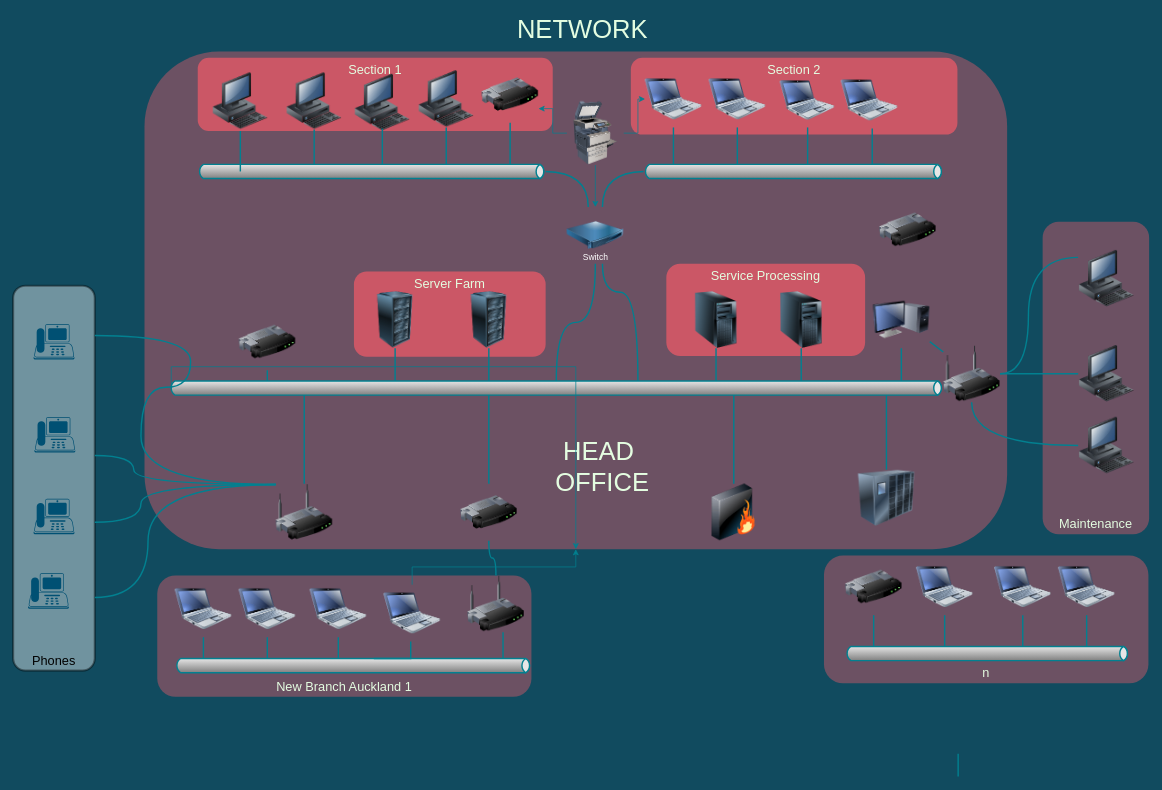
Kpitooo/whitecliffe keeps this draw.io diagram as Untitled Diagram.drawio. Above is the earlier version. Source tidied: cells renumbered, new cells numbered last; positions are measured from the earlier drawing's top-left corner, leaving out a move shared by most shapes. Both pictures are drawn from the tidied source at 71%, with x=0, y=0 at pixel (13, 12).
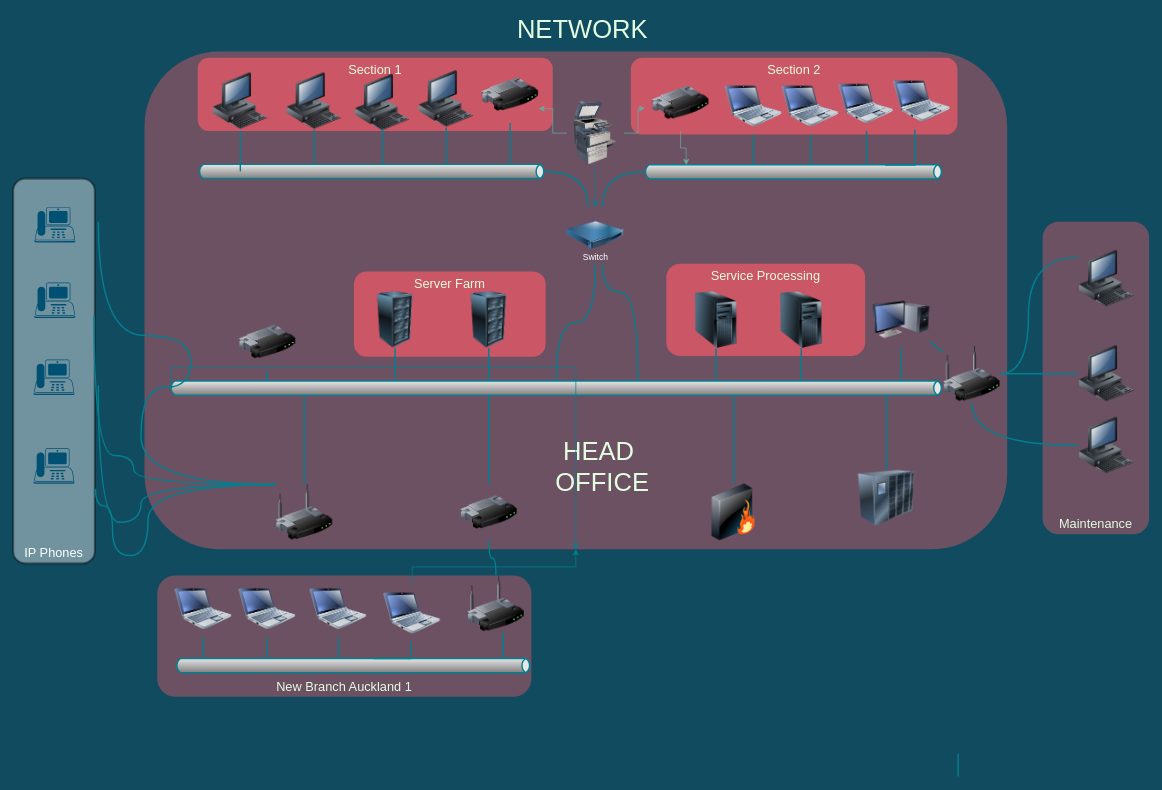
The same page after the edit.

Unchanged cells that the change refers to:
```xml
<mxCell id="27" style="image;html=1;image=img/lib/clip_art/networking/Wireless_Router_128x128.png;shadow=0;strokeColor=#028090;fillColor=#F45B69;fontSize=18;fontColor=#E4FDE1;fontStyle=0;labelBackgroundColor=#114B5F;" parent="1" vertex="1">
  <mxGeometry x="370" y="664" width="80" height="80" as="geometry" />
</mxCell>
<mxCell id="99" style="image;html=1;image=img/lib/clip_art/computers/Printer_Commercial_128x128.png;labelBackgroundColor=#114B5F;fillColor=#F45B69;strokeColor=#028090;fontColor=#E4FDE1;" parent="1" vertex="1">
  <mxGeometry x="780" y="125" width="80" height="90" as="geometry" />
</mxCell>
```

Change to the diagram source:
```diff
@@
-    <mxCell id="8" value="n" style="rounded=1;whiteSpace=wrap;html=1;shadow=0;strokeColor=none;fillColor=#F45B69;fontSize=18;fontColor=#E4FDE1;verticalAlign=bottom;fontStyle=0;opacity=40;strokeWidth=3;" parent="1" vertex="1">
-      <mxGeometry x="1142" y="765" width="457" height="180" as="geometry" />
-    </mxCell>
@@
-    <mxCell id="10" value="Phones" style="rounded=1;whiteSpace=wrap;html=1;shadow=0;fontSize=18;verticalAlign=bottom;fontStyle=0;opacity=40;strokeWidth=3;" parent="1" vertex="1">
-      <mxGeometry y="385" width="115" height="542" as="geometry" />
+    <mxCell id="10" value="&lt;font color=&quot;#ffffff&quot;&gt;IP Phones&lt;/font&gt;" style="rounded=1;whiteSpace=wrap;html=1;shadow=0;fontSize=18;verticalAlign=bottom;fontStyle=0;opacity=40;strokeWidth=3;" parent="1" vertex="1">
+      <mxGeometry y="234" width="115" height="542" as="geometry" />
     </mxCell>
@@
     <mxCell id="13" style="image;html=1;image=img/lib/clip_art/computers/Netbook_128x128.png;shadow=0;strokeColor=#028090;fillColor=#F45B69;fontSize=18;fontColor=#E4FDE1;fontStyle=0;labelBackgroundColor=#114B5F;" parent="1" vertex="1">
-      <mxGeometry x="890" y="82" width="80" height="80" as="geometry" />
+      <mxGeometry x="1003" y="92" width="80" height="80" as="geometry" />
     </mxCell>
     <mxCell id="14" style="image;html=1;image=img/lib/clip_art/computers/Netbook_128x128.png;shadow=0;strokeColor=#028090;fillColor=#F45B69;fontSize=18;fontColor=#E4FDE1;fontStyle=0;labelBackgroundColor=#114B5F;" parent="1" vertex="1">
-      <mxGeometry x="980" y="82" width="80" height="80" as="geometry" />
+      <mxGeometry x="1083" y="92" width="80" height="80" as="geometry" />
     </mxCell>
     <mxCell id="15" style="image;html=1;image=img/lib/clip_art/computers/Netbook_128x128.png;shadow=0;strokeColor=#028090;fillColor=#F45B69;fontSize=18;fontColor=#E4FDE1;fontStyle=0;labelBackgroundColor=#114B5F;" parent="1" vertex="1">
-      <mxGeometry x="1080" y="85" width="77" height="77" as="geometry" />
+      <mxGeometry x="1163" y="90" width="77" height="77" as="geometry" />
     </mxCell>
     <mxCell id="16" style="image;html=1;image=img/lib/clip_art/computers/Netbook_128x128.png;shadow=0;strokeColor=#028090;fillColor=#F45B69;fontSize=18;fontColor=#E4FDE1;fontStyle=0;labelBackgroundColor=#114B5F;" parent="1" vertex="1">
-      <mxGeometry x="1166" y="83.5" width="80" height="80" as="geometry" />
+      <mxGeometry x="1240" y="85" width="80" height="80" as="geometry" />
     </mxCell>
@@
     <mxCell id="21" style="strokeWidth=2;strokeColor=#028090;dashed=0;align=center;html=1;fontSize=8;shape=mxgraph.eip.messageChannel;shadow=0;fillColor=#F45B69;fontColor=#E4FDE1;fontStyle=0;" parent="1" vertex="1">
-      <mxGeometry x="888" y="214" width="422" height="20" as="geometry" />
+      <mxGeometry x="888" y="215" width="422" height="19" as="geometry" />
     </mxCell>
@@
-    <mxCell id="23" style="image;html=1;image=img/lib/clip_art/networking/Router_128x128.png;shadow=0;strokeColor=#028090;fillColor=#F45B69;fontSize=18;fontColor=#E4FDE1;fontStyle=0;labelBackgroundColor=#114B5F;" parent="1" vertex="1">
+    <mxCell id="23" value="&lt;br&gt;" style="image;html=1;image=img/lib/clip_art/networking/Router_128x128.png;shadow=0;strokeColor=#028090;fillColor=#F45B69;fontSize=18;fontColor=#E4FDE1;fontStyle=0;labelBackgroundColor=#114B5F;" parent="1" vertex="1">
       <mxGeometry x="660" y="75.5" width="80" height="80" as="geometry" />
     </mxCell>
+    <mxCell id="108" style="edgeStyle=orthogonalEdgeStyle;rounded=0;jettySize=auto;html=1;fontColor=#FFFFFF;entryX=0;entryY=0;entryDx=60;entryDy=0;entryPerimeter=0;strokeColor=#67AB9F;" parent="1" edge="1" source="24" target="21">
+      <mxGeometry relative="1" as="geometry" />
+    </mxCell>
     <mxCell id="24" style="image;html=1;image=img/lib/clip_art/networking/Router_128x128.png;shadow=0;strokeColor=#028090;fillColor=#F45B69;fontSize=18;fontColor=#E4FDE1;fontStyle=0;labelBackgroundColor=#114B5F;" parent="1" vertex="1">
-      <mxGeometry x="1220" y="266" width="80" height="80" as="geometry" />
+      <mxGeometry x="900" y="87" width="80" height="80" as="geometry" />
     </mxCell>
@@
-    <mxCell id="37" style="image;html=1;image=img/lib/clip_art/computers/Netbook_128x128.png;shadow=0;strokeColor=#028090;fillColor=#F45B69;fontSize=18;fontColor=#E4FDE1;fontStyle=0;labelBackgroundColor=#114B5F;" parent="1" vertex="1">
-      <mxGeometry x="1472" y="769" width="80" height="80" as="geometry" />
-    </mxCell>
-    <mxCell id="38" style="image;html=1;image=img/lib/clip_art/computers/Netbook_128x128.png;shadow=0;strokeColor=#028090;fillColor=#F45B69;fontSize=18;fontColor=#E4FDE1;fontStyle=0;labelBackgroundColor=#114B5F;" parent="1" vertex="1">
-      <mxGeometry x="1382" y="769" width="80" height="80" as="geometry" />
-    </mxCell>
-    <mxCell id="39" style="image;html=1;image=img/lib/clip_art/computers/Netbook_128x128.png;shadow=0;strokeColor=#028090;fillColor=#F45B69;fontSize=18;fontColor=#E4FDE1;fontStyle=0;labelBackgroundColor=#114B5F;" parent="1" vertex="1">
-      <mxGeometry x="1272" y="769" width="80" height="80" as="geometry" />
-    </mxCell>
-    <mxCell id="40" style="strokeWidth=2;strokeColor=#028090;dashed=0;align=center;html=1;fontSize=8;shape=mxgraph.eip.messageChannel;shadow=0;fillColor=#F45B69;fontColor=#E4FDE1;fontStyle=0;" parent="1" vertex="1">
-      <mxGeometry x="1172" y="893" width="400" height="20" as="geometry" />
-    </mxCell>
@@
     <mxCell id="58" style="edgeStyle=elbowEdgeStyle;strokeWidth=2;rounded=0;endArrow=none;startArrow=none;startSize=10;endSize=10;dashed=0;html=1;strokeColor=#028090;fontSize=18;fontColor=#E4FDE1;startFill=0;endFill=0;fontStyle=0;labelBackgroundColor=#114B5F;entryX=0;entryY=0;entryDx=340;entryDy=0;entryPerimeter=0;" parent="1" edge="1" source="16" target="21">
       <mxGeometry relative="1" as="geometry">
         <Array as="points">
-          <mxPoint x="1210" y="189" />
+          <mxPoint x="1270" y="175" />
         </Array>
       </mxGeometry>
     </mxCell>
-    <mxCell id="59" style="edgeStyle=orthogonalEdgeStyle;rounded=0;html=1;startArrow=none;startFill=0;endArrow=none;endFill=0;fontSize=18;fontColor=#E4FDE1;strokeColor=#028090;strokeWidth=2;curved=1;fontStyle=0;labelBackgroundColor=#114B5F;" parent="1" edge="1" source="27" target="10">
+    <mxCell id="59" style="edgeStyle=orthogonalEdgeStyle;rounded=0;html=1;startArrow=none;startFill=0;endArrow=none;endFill=0;fontSize=18;fontColor=#E4FDE1;strokeColor=#028090;strokeWidth=2;curved=1;fontStyle=0;labelBackgroundColor=#114B5F;" parent="1" edge="1" source="27">
       <mxGeometry relative="1" as="geometry">
+        <mxPoint x="120" y="295" as="targetPoint" />
         <Array as="points">
           <mxPoint x="180" y="665" />
           <mxPoint x="180" y="528" />
           <mxPoint x="250" y="528" />
           <mxPoint x="250" y="455" />
-          <mxPoint x="100" y="455" />
         </Array>
       </mxGeometry>
     </mxCell>
-    <mxCell id="60" style="edgeStyle=orthogonalEdgeStyle;rounded=0;html=1;startArrow=none;startFill=0;endArrow=none;endFill=0;fontSize=18;fontColor=#E4FDE1;strokeColor=#028090;strokeWidth=2;curved=1;fontStyle=0;labelBackgroundColor=#114B5F;" parent="1" edge="1" source="27" target="10">
+    <mxCell id="60" style="edgeStyle=orthogonalEdgeStyle;rounded=0;html=1;startArrow=none;startFill=0;endArrow=none;endFill=0;fontSize=18;fontColor=#E4FDE1;strokeColor=#028090;strokeWidth=2;curved=1;fontStyle=0;labelBackgroundColor=#114B5F;entryX=0.991;entryY=0.358;entryDx=0;entryDy=0;entryPerimeter=0;" parent="1" edge="1" source="27" target="10">
       <mxGeometry relative="1" as="geometry">
         <Array as="points">
           <mxPoint x="170" y="665" />
           <mxPoint x="170" y="624" />
+          <mxPoint x="114" y="624" />
         </Array>
       </mxGeometry>
     </mxCell>
-    <mxCell id="61" style="edgeStyle=orthogonalEdgeStyle;rounded=0;html=1;startArrow=none;startFill=0;endArrow=none;endFill=0;fontSize=18;fontColor=#E4FDE1;strokeColor=#028090;strokeWidth=2;curved=1;fontStyle=0;labelBackgroundColor=#114B5F;" parent="1" edge="1" source="27" target="10">
+    <mxCell id="61" style="edgeStyle=orthogonalEdgeStyle;rounded=0;html=1;startArrow=none;startFill=0;endArrow=none;endFill=0;fontSize=18;fontColor=#E4FDE1;strokeColor=#028090;strokeWidth=2;curved=1;fontStyle=0;labelBackgroundColor=#114B5F;" parent="1" edge="1" source="27">
       <mxGeometry relative="1" as="geometry">
+        <mxPoint x="120" y="525" as="targetPoint" />
         <Array as="points">
           <mxPoint x="180" y="665" />
           <mxPoint x="180" y="718" />
         </Array>
       </mxGeometry>
     </mxCell>
@@
-    <mxCell id="67" style="image;html=1;image=img/lib/clip_art/networking/Router_128x128.png;shadow=0;strokeColor=#028090;fillColor=#F45B69;fontSize=18;fontColor=#E4FDE1;fontStyle=0;labelBackgroundColor=#114B5F;" parent="1" vertex="1">
-      <mxGeometry x="1172" y="769" width="80" height="80" as="geometry" />
-    </mxCell>
-    <mxCell id="68" style="edgeStyle=elbowEdgeStyle;strokeWidth=2;rounded=0;endArrow=none;startArrow=none;startSize=10;endSize=10;dashed=0;html=1;strokeColor=#028090;fontSize=18;fontColor=#E4FDE1;startFill=0;endFill=0;fontStyle=0;labelBackgroundColor=#114B5F;" parent="1" edge="1" source="37" target="40">
-      <mxGeometry relative="1" as="geometry" />
-    </mxCell>
-    <mxCell id="69" style="edgeStyle=elbowEdgeStyle;strokeWidth=2;rounded=0;endArrow=none;startArrow=none;startSize=10;endSize=10;dashed=0;html=1;strokeColor=#028090;fontSize=18;fontColor=#E4FDE1;startFill=0;endFill=0;fontStyle=0;labelBackgroundColor=#114B5F;" parent="1" edge="1" source="38" target="40">
-      <mxGeometry relative="1" as="geometry" />
-    </mxCell>
-    <mxCell id="70" style="edgeStyle=elbowEdgeStyle;strokeWidth=2;rounded=0;endArrow=none;startArrow=none;startSize=10;endSize=10;dashed=0;html=1;strokeColor=#028090;fontSize=18;fontColor=#E4FDE1;startFill=0;endFill=0;fontStyle=0;labelBackgroundColor=#114B5F;" parent="1" edge="1" source="39" target="40">
-      <mxGeometry relative="1" as="geometry" />
-    </mxCell>
-    <mxCell id="71" style="edgeStyle=elbowEdgeStyle;strokeWidth=2;rounded=0;endArrow=none;startArrow=none;startSize=10;endSize=10;dashed=0;html=1;strokeColor=#028090;fontSize=18;fontColor=#E4FDE1;startFill=0;endFill=0;fontStyle=0;labelBackgroundColor=#114B5F;" parent="1" edge="1" source="67" target="40">
-      <mxGeometry relative="1" as="geometry" />
-    </mxCell>
@@
-    <mxCell id="82" style="edgeStyle=orthogonalEdgeStyle;rounded=0;html=1;startArrow=none;startFill=0;endArrow=none;endFill=0;fontSize=18;fontColor=#E4FDE1;strokeColor=#028090;strokeWidth=2;curved=1;fontStyle=0;labelBackgroundColor=#114B5F;" parent="1" edge="1" source="10" target="27">
+    <mxCell id="82" style="edgeStyle=orthogonalEdgeStyle;rounded=0;html=1;startArrow=none;startFill=0;endArrow=none;endFill=0;fontSize=18;fontColor=#E4FDE1;strokeColor=#028090;strokeWidth=2;curved=1;fontStyle=0;labelBackgroundColor=#114B5F;exitX=1.009;exitY=0.806;exitDx=0;exitDy=0;exitPerimeter=0;" parent="1" edge="1" source="10" target="27">
       <mxGeometry relative="1" as="geometry">
         <Array as="points">
-          <mxPoint x="190" y="824" />
+          <mxPoint x="116" y="695" />
+          <mxPoint x="140" y="695" />
+          <mxPoint x="140" y="765" />
+          <mxPoint x="190" y="765" />
           <mxPoint x="190" y="665" />
         </Array>
       </mxGeometry>
     </mxCell>
@@
-    <mxCell id="96" style="edgeStyle=orthogonalEdgeStyle;rounded=0;jettySize=auto;html=1;fontColor=#E4FDE1;strokeColor=#028090;fillColor=#F45B69;entryX=1;entryY=0.75;entryDx=0;entryDy=0;" parent="1" edge="1" source="99" target="23">
+    <mxCell id="96" style="edgeStyle=orthogonalEdgeStyle;rounded=0;jettySize=auto;html=1;fontColor=#E4FDE1;strokeColor=#67AB9F;fillColor=#F45B69;entryX=1;entryY=0.75;entryDx=0;entryDy=0;" parent="1" edge="1" source="99" target="23">
       <mxGeometry relative="1" as="geometry" />
     </mxCell>
@@
-    <mxCell id="98" style="edgeStyle=orthogonalEdgeStyle;rounded=0;jettySize=auto;html=1;fontColor=#E4FDE1;strokeColor=#028090;fillColor=#F45B69;" parent="1" edge="1" source="99" target="13">
-      <mxGeometry relative="1" as="geometry" />
+    <mxCell id="98" style="edgeStyle=orthogonalEdgeStyle;rounded=0;jettySize=auto;html=1;fontColor=#E4FDE1;strokeColor=#67AB9F;fillColor=#F45B69;" parent="1" edge="1" source="99">
+      <mxGeometry relative="1" as="geometry">
+        <mxPoint x="890" y="135" as="targetPoint" />
+      </mxGeometry>
     </mxCell>
@@
     <mxCell id="102" style="verticalLabelPosition=bottom;sketch=0;html=1;verticalAlign=top;align=center;shape=mxgraph.cisco19.ip_phone;fillColor=#005073;strokeColor=none;fontColor=#E4FDE1;" parent="1" vertex="1">
-      <mxGeometry x="28.8" y="439" width="57.5" height="50" as="geometry" />
+      <mxGeometry x="30" y="380.5" width="57.5" height="50" as="geometry" />
     </mxCell>
     <mxCell id="103" style="verticalLabelPosition=bottom;sketch=0;html=1;verticalAlign=top;align=center;shape=mxgraph.cisco19.ip_phone;fillColor=#005073;strokeColor=none;fontColor=#E4FDE1;" parent="1" vertex="1">
-      <mxGeometry x="30" y="570" width="57.5" height="50" as="geometry" />
+      <mxGeometry x="28.8" y="489" width="57.5" height="50" as="geometry" />
     </mxCell>
     <mxCell id="104" style="verticalLabelPosition=bottom;sketch=0;html=1;verticalAlign=top;align=center;shape=mxgraph.cisco19.ip_phone;fillColor=#005073;strokeColor=none;fontColor=#E4FDE1;" parent="1" vertex="1">
-      <mxGeometry x="28.8" y="685" width="57.5" height="50" as="geometry" />
+      <mxGeometry x="28.8" y="614" width="57.5" height="50" as="geometry" />
     </mxCell>
     <mxCell id="105" style="verticalLabelPosition=bottom;sketch=0;html=1;verticalAlign=top;align=center;shape=mxgraph.cisco19.ip_phone;fillColor=#005073;strokeColor=none;fontColor=#E4FDE1;" parent="1" vertex="1">
-      <mxGeometry x="21" y="790" width="57.5" height="50" as="geometry" />
+      <mxGeometry x="30" y="274" width="57.5" height="50" as="geometry" />
     </mxCell>
@@
+    <mxCell id="109" style="edgeStyle=orthogonalEdgeStyle;rounded=0;orthogonalLoop=1;jettySize=auto;html=1;exitX=0.5;exitY=1;exitDx=0;exitDy=0;fontColor=#FFFFFF;strokeColor=#67AB9F;" parent="1" edge="1" source="10" target="10">
+      <mxGeometry relative="1" as="geometry" />
+    </mxCell>
```
